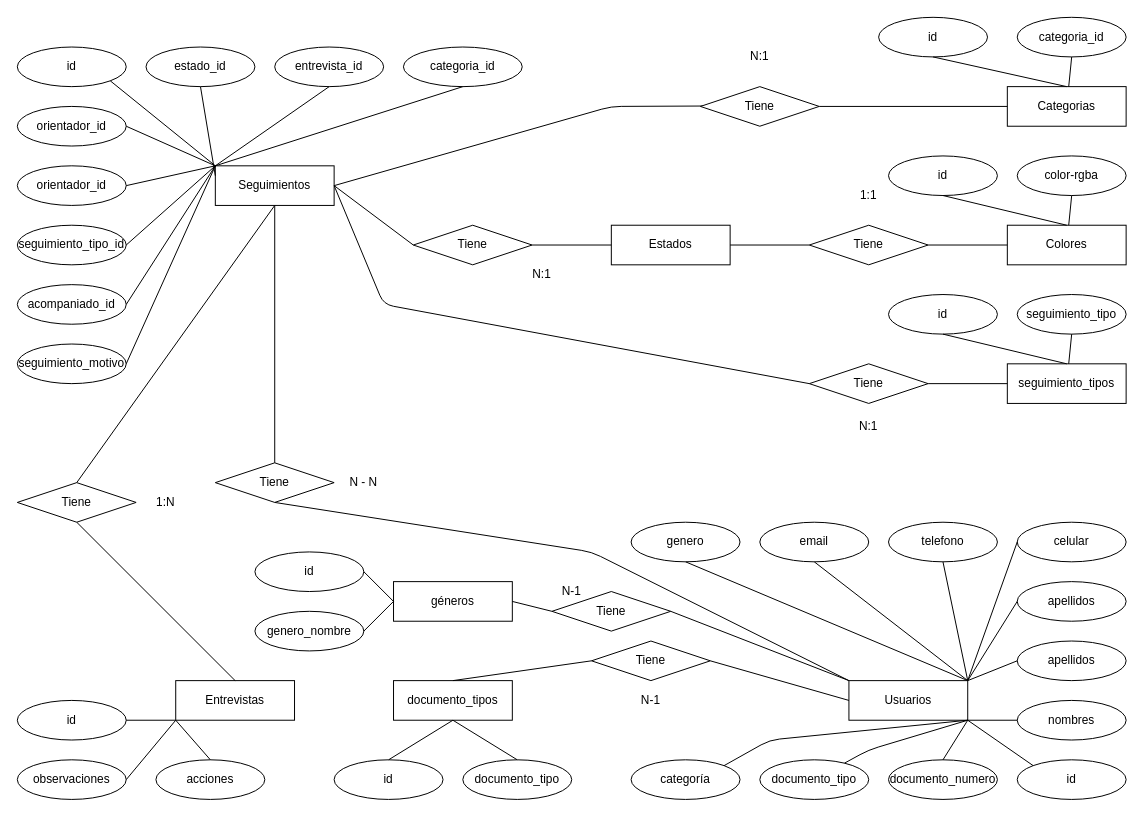
Before: database/acomp.drawio in adrianfazio-UNAHUR/acompaS, a draw.io diagram. Source tidied: cells renumbered, new cells numbered last; positions are measured from the earlier drawing's top-left corner, leaving out a move shared by most shapes. Both pictures are drawn from the tidied source at 99%, with x=0, y=0 at pixel (17, 17).
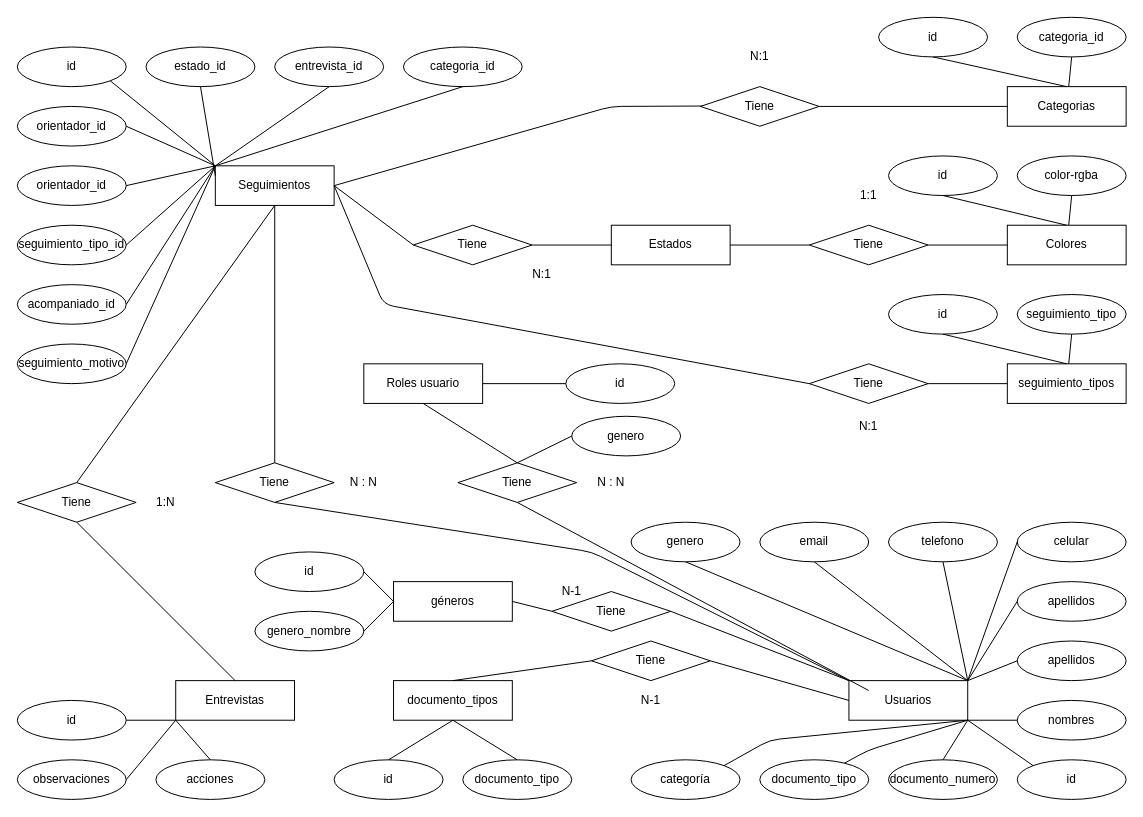
After the change.

Commit message:
Diagrama ER: Agregado roles de usuario

Diff of the diagram source:
```diff
@@
-    <mxCell id="99" value="N - N" style="text;html=1;strokeColor=none;fillColor=none;align=center;verticalAlign=middle;whiteSpace=wrap;rounded=0;" parent="1" vertex="1">
+    <mxCell id="99" value="N : N" style="text;html=1;strokeColor=none;fillColor=none;align=center;verticalAlign=middle;whiteSpace=wrap;rounded=0;" parent="1" vertex="1">
       <mxGeometry x="330" y="460" width="40" height="20" as="geometry" />
     </mxCell>
@@
+    <mxCell id="109" value="Roles usuario" style="rounded=0;whiteSpace=wrap;html=1;" parent="1" vertex="1">
+      <mxGeometry x="350" y="350" width="120" height="40" as="geometry" />
+    </mxCell>
+    <mxCell id="110" value="Tiene" style="rhombus;whiteSpace=wrap;html=1;" parent="1" vertex="1">
+      <mxGeometry x="445" y="450" width="120" height="40" as="geometry" />
+    </mxCell>
+    <mxCell id="111" style="endArrow=none;html=1;fontColor=#f0f0f0;exitX=0.5;exitY=1;exitDx=0;exitDy=0;entryX=0.5;entryY=0;entryDx=0;entryDy=0;" parent="1" edge="1" source="109" target="110">
+      <mxGeometry relative="1" as="geometry" />
+    </mxCell>
+    <mxCell id="112" style="endArrow=none;html=1;fontColor=#f0f0f0;exitX=0.5;exitY=1;exitDx=0;exitDy=0;" parent="1" edge="1" source="110">
+      <mxGeometry relative="1" as="geometry">
+        <mxPoint x="860" y="680" as="targetPoint" />
+      </mxGeometry>
+    </mxCell>
+    <mxCell id="113" value="genero" style="ellipse;whiteSpace=wrap;html=1;" parent="1" vertex="1">
+      <mxGeometry x="560" y="403" width="110" height="40" as="geometry" />
+    </mxCell>
+    <mxCell id="114" value="id" style="ellipse;whiteSpace=wrap;html=1;" parent="1" vertex="1">
+      <mxGeometry x="554" y="350" width="110" height="40" as="geometry" />
+    </mxCell>
+    <mxCell id="115" style="endArrow=none;html=1;fontColor=#f0f0f0;entryX=0;entryY=0.5;entryDx=0;entryDy=0;exitX=1;exitY=0.5;exitDx=0;exitDy=0;" parent="1" edge="1" source="109" target="114">
+      <mxGeometry relative="1" as="geometry" />
+    </mxCell>
+    <mxCell id="116" style="endArrow=none;html=1;fontColor=#f0f0f0;exitX=0.5;exitY=0;exitDx=0;exitDy=0;entryX=0;entryY=0.5;entryDx=0;entryDy=0;" parent="1" edge="1" source="110" target="113">
+      <mxGeometry relative="1" as="geometry" />
+    </mxCell>
+    <mxCell id="117" value="N : N" style="text;html=1;strokeColor=none;fillColor=none;align=center;verticalAlign=middle;whiteSpace=wrap;rounded=0;" parent="1" vertex="1">
+      <mxGeometry x="580" y="460" width="40" height="20" as="geometry" />
+    </mxCell>
```
